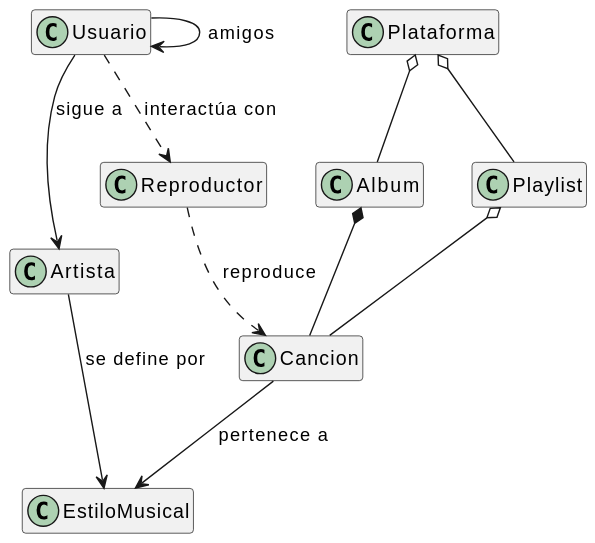
mmasias/25-26-IDSW2 keeps this PlantUML diagram as entregas/rodriguezSergio/images/dominio.svg. Above is the earlier version.
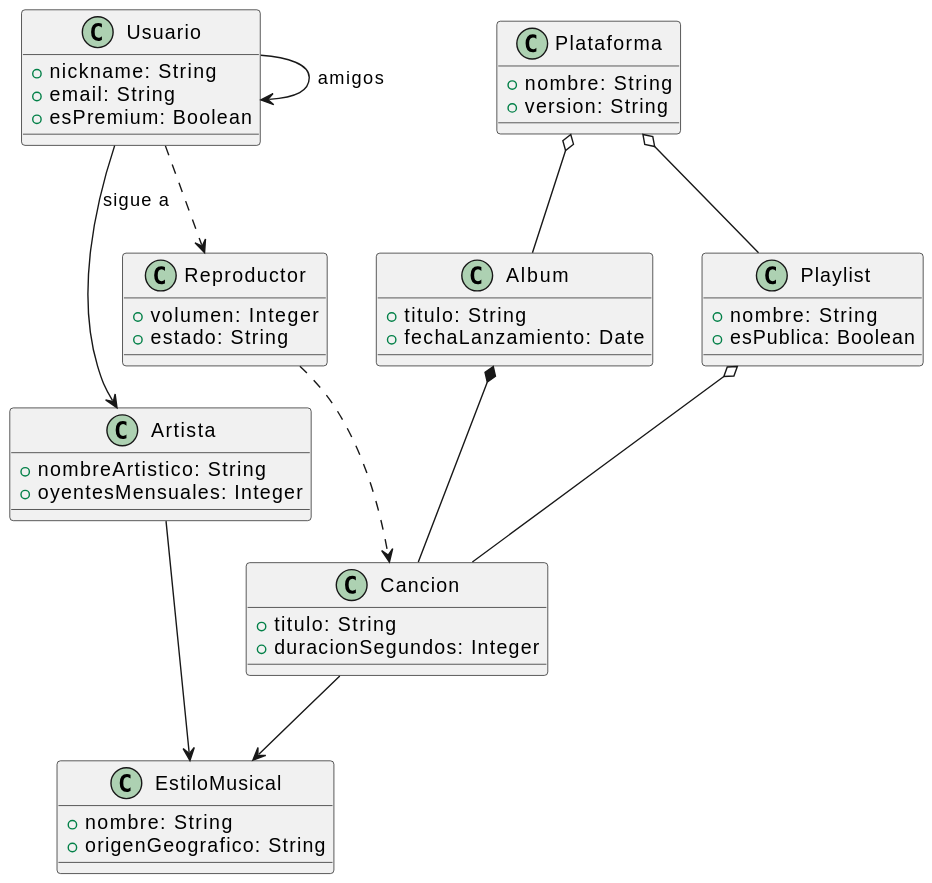
The same file after the commit.

What changed in the source:
```diff
@@ -1,15 +1,44 @@
 @startuml
-hide empty members
+class Album {
+  + titulo: String
+  + fechaLanzamiento: Date
+}
 
-class Album
-class Cancion
-class Playlist
-class Plataforma
-class Usuario
-class Artista
-class EstiloMusical
-class Reproductor
+class Cancion {
+  + titulo: String
+  + duracionSegundos: Integer
+}
 
+class Playlist {
+  + nombre: String
+  + esPublica: Boolean
+}
+
+class Plataforma {
+  + nombre: String
+  + version: String
+}
+
+class Usuario {
+  + nickname: String
+  + email: String
+  + esPremium: Boolean
+}
+
+class Artista {
+  + nombreArtistico: String
+  + oyentesMensuales: Integer
+}
+
+class EstiloMusical {
+  + nombre: String
+  + origenGeografico: String
+}
+
+class Reproductor {
+  + volumen: Integer
+  + estado: String
+}
 
 Album *-- Cancion
 Playlist o-- Cancion
@@ -17,8 +46,8 @@
 Plataforma o-- Playlist
 Usuario --> Artista : sigue a
 Usuario --> Usuario : amigos
-Artista --> EstiloMusical : se define por
-Cancion --> EstiloMusical : pertenece a
-Reproductor ..> Cancion : reproduce
-Usuario ..> Reproductor : interactúa con
+Artista --> EstiloMusical
+Cancion --> EstiloMusical
+Reproductor ..> Cancion
+Usuario ..> Reproductor
 @enduml
```
